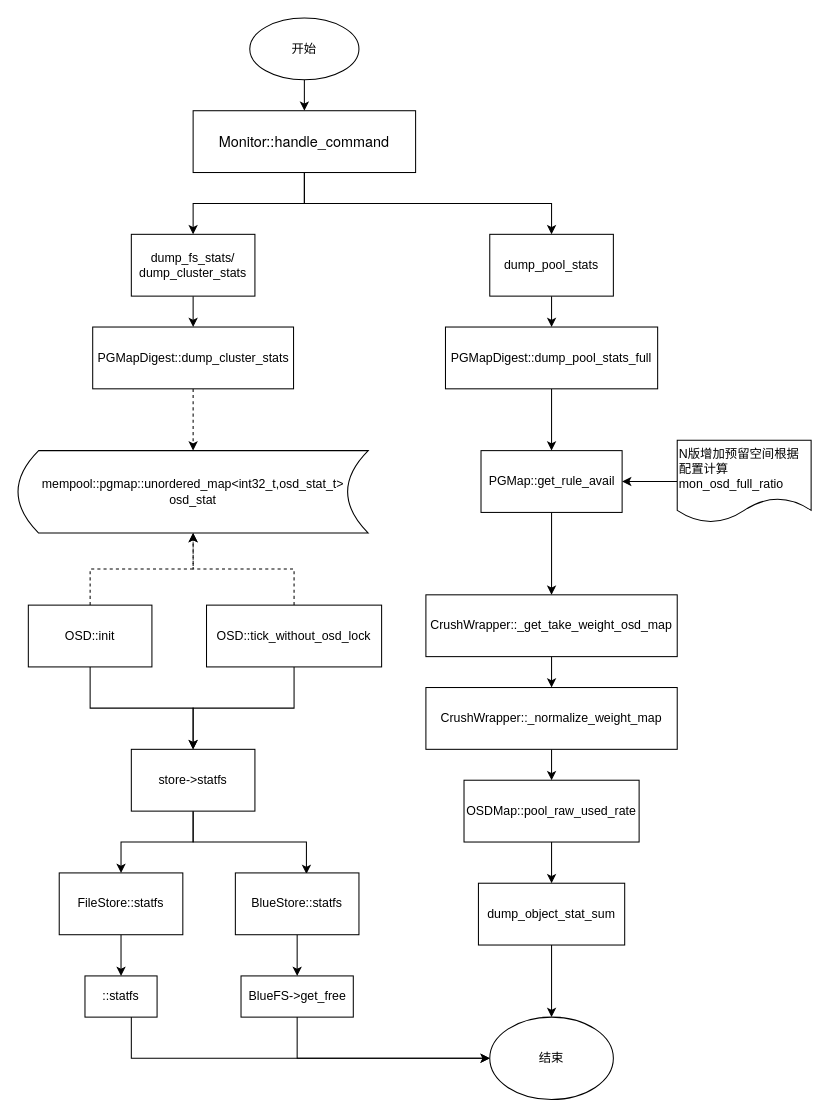
Earlier version of the draw.io diagram ceph_df.drawio (luqitao/drawio_files). Source tidied: cells renumbered, new cells numbered last; positions are measured from the earlier drawing's top-left corner, leaving out a move shared by most shapes. Both pictures are drawn from the tidied source at 103%, with x=0, y=0 at pixel (18, 18).
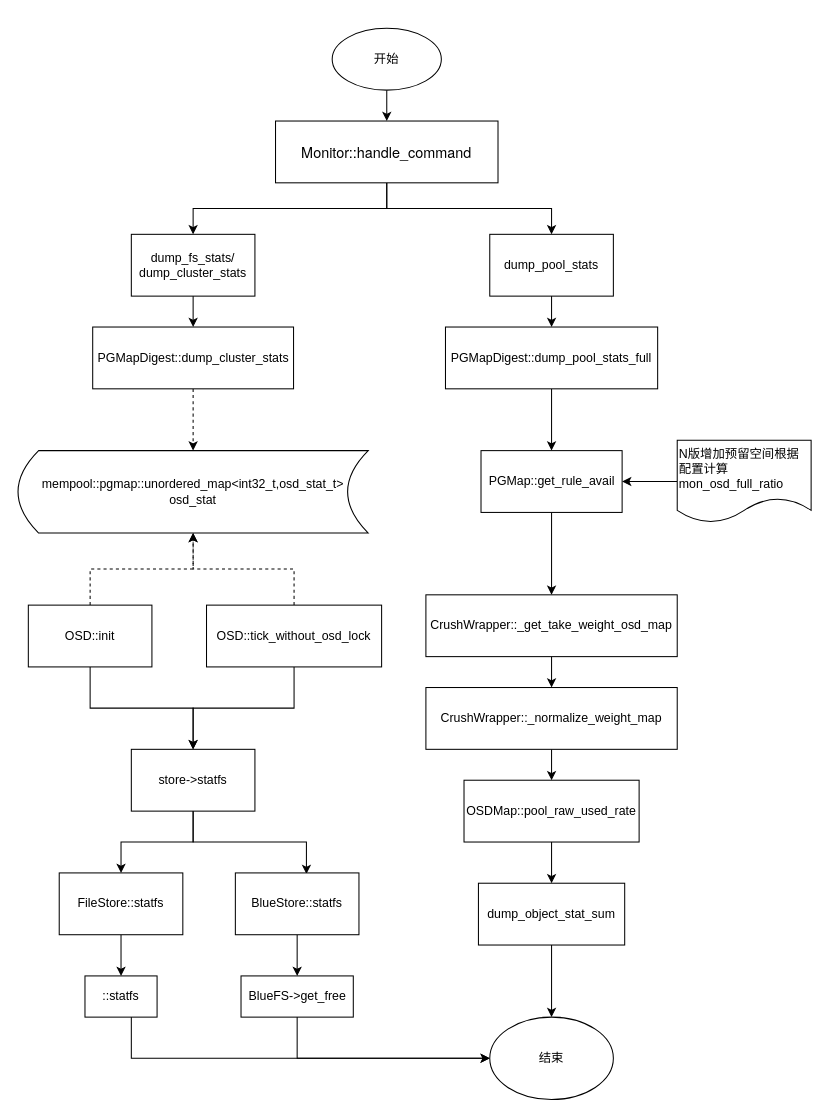
The same diagram, later.

Unchanged cells that the change refers to:
```xml
<mxCell id="8" value="dump_fs_stats/&lt;br&gt;dump_cluster_stats" style="whiteSpace=wrap;html=1;" parent="1" vertex="1">
  <mxGeometry x="110" y="210" width="120" height="60" as="geometry" />
</mxCell>
```

Diff of the diagram source:
```diff
@@
     <mxCell id="3" value="开始" style="ellipse;whiteSpace=wrap;html=1;" parent="1" vertex="1">
-      <mxGeometry x="225" width="106" height="60" as="geometry" />
+      <mxGeometry x="305" y="10" width="106" height="60" as="geometry" />
     </mxCell>
-    <mxCell id="4" style="edgeStyle=orthogonalEdgeStyle;rounded=0;jettySize=auto;html=1;" parent="1" edge="1" source="6" target="8">
+    <mxCell id="4" style="edgeStyle=orthogonalEdgeStyle;rounded=0;jettySize=auto;html=1;exitX=0.5;exitY=1;exitDx=0;exitDy=0;" parent="1" edge="1" source="6" target="8">
       <mxGeometry relative="1" as="geometry" />
     </mxCell>
@@
     <mxCell id="6" value="&lt;div style=&quot;text-align: left&quot;&gt;&lt;span style=&quot;font-size: 14px&quot;&gt;&lt;font face=&quot;helvetica neue, helvetica, verdana, arial, sans-serif&quot;&gt;Monitor::handle_command&lt;/font&gt;&lt;/span&gt;&lt;/div&gt;" style="whiteSpace=wrap;html=1;" parent="1" vertex="1">
-      <mxGeometry x="170" y="90" width="216" height="60" as="geometry" />
+      <mxGeometry x="250" y="100" width="216" height="60" as="geometry" />
     </mxCell>
```
